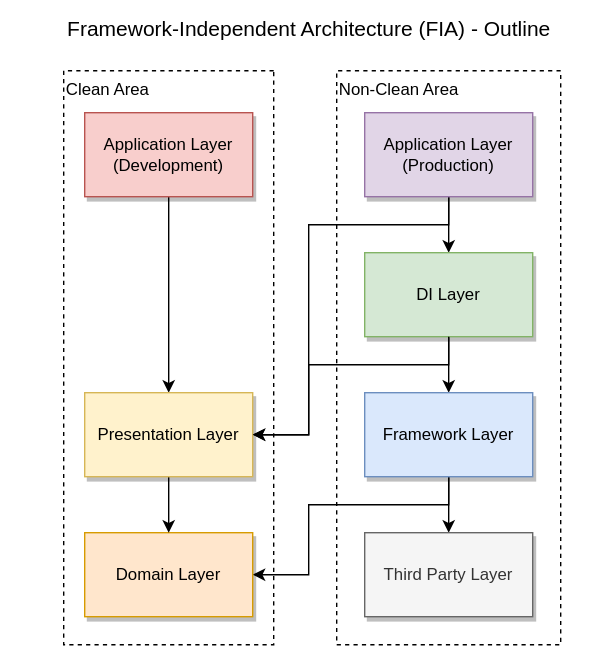
This is asset/drawio/architecture_outline.drawio.svg from suguruTakahashi-1234/fia-practical-sample, a draw.io export, as it was before one commit. Source tidied: cells renumbered, new cells last; positions are measured from the earlier drawing's top-left corner, leaving out a move shared by most shapes.
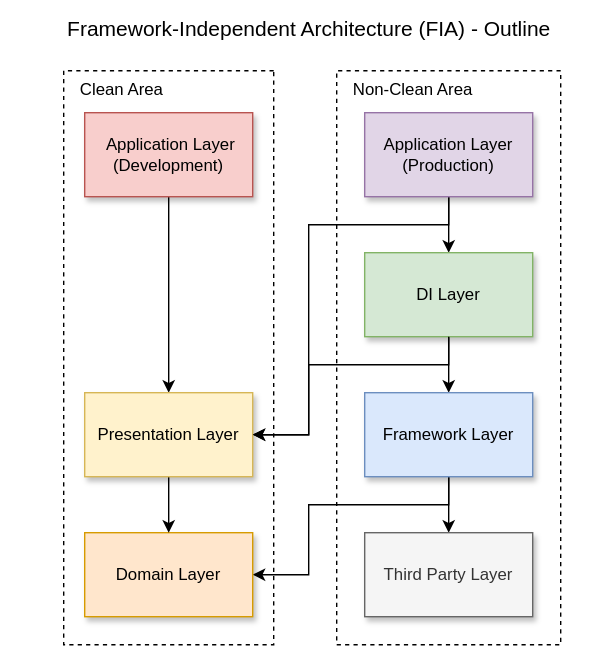
Above is the later version.

What changed in the source:
```diff
@@ -5,10 +5,10 @@
     <mxCell id="2" style="rounded=0;whiteSpace=wrap;html=1;flipH=1;strokeWidth=0;strokeColor=none;" parent="1" vertex="1">
       <mxGeometry width="440" height="480" as="geometry" />
     </mxCell>
-    <mxCell id="3" value="&amp;nbsp; Clean Area" style="rounded=0;whiteSpace=wrap;html=1;flipH=1;strokeWidth=1;fillColor=none;dashed=1;strokeColor=default;align=left;verticalAlign=top;" parent="1" vertex="1">
+    <mxCell id="3" value="&amp;nbsp; &amp;nbsp;Clean Area" style="rounded=0;whiteSpace=wrap;html=1;flipH=1;strokeWidth=1;fillColor=none;dashed=1;strokeColor=default;align=left;verticalAlign=top;" parent="1" vertex="1">
       <mxGeometry x="45" y="50" width="150" height="410" as="geometry" />
     </mxCell>
-    <mxCell id="4" value="&amp;nbsp; Non-Clean Area" style="rounded=0;whiteSpace=wrap;html=1;flipH=1;strokeWidth=1;dashed=1;glass=0;shadow=0;align=left;verticalAlign=top;" parent="1" vertex="1">
+    <mxCell id="4" value="&amp;nbsp; &amp;nbsp;Non-Clean Area" style="rounded=0;whiteSpace=wrap;html=1;flipH=1;strokeWidth=1;dashed=1;glass=0;shadow=0;align=left;verticalAlign=top;" parent="1" vertex="1">
       <mxGeometry x="240" y="50" width="160" height="410" as="geometry" />
     </mxCell>
     <mxCell id="5" style="edgeStyle=orthogonalEdgeStyle;rounded=0;jettySize=auto;html=1;exitX=0.5;exitY=1;exitDx=0;exitDy=0;" parent="1" edge="1" source="6" target="18">
```
